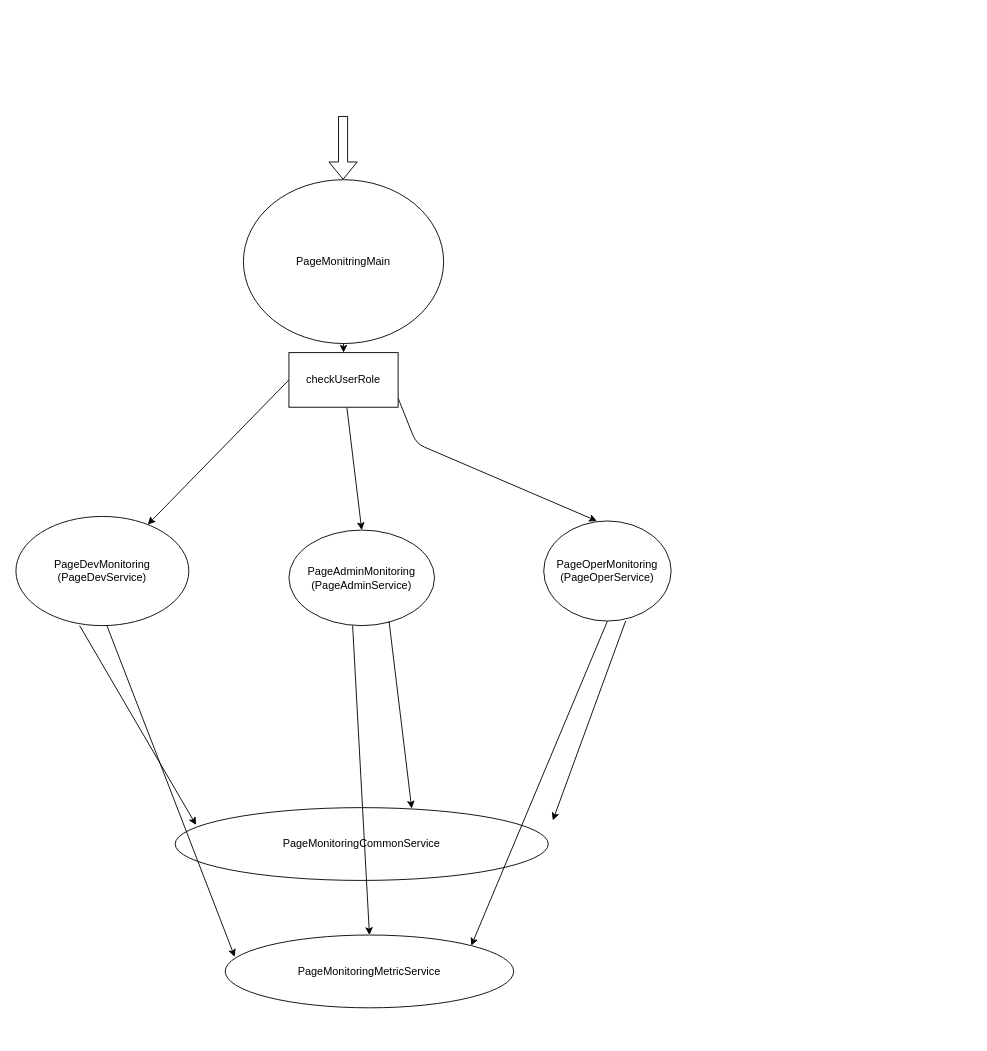
This is Untitled Diagram.drawio from kyungjoongo2/ninja, a draw.io file, before an edit. Source tidied: cells renumbered, new cells numbered last; positions are measured from the earlier drawing's top-left corner, leaving out a move shared by most shapes. Both pictures are drawn from the tidied source at 91%, with x=0, y=0 at pixel (15, 116).
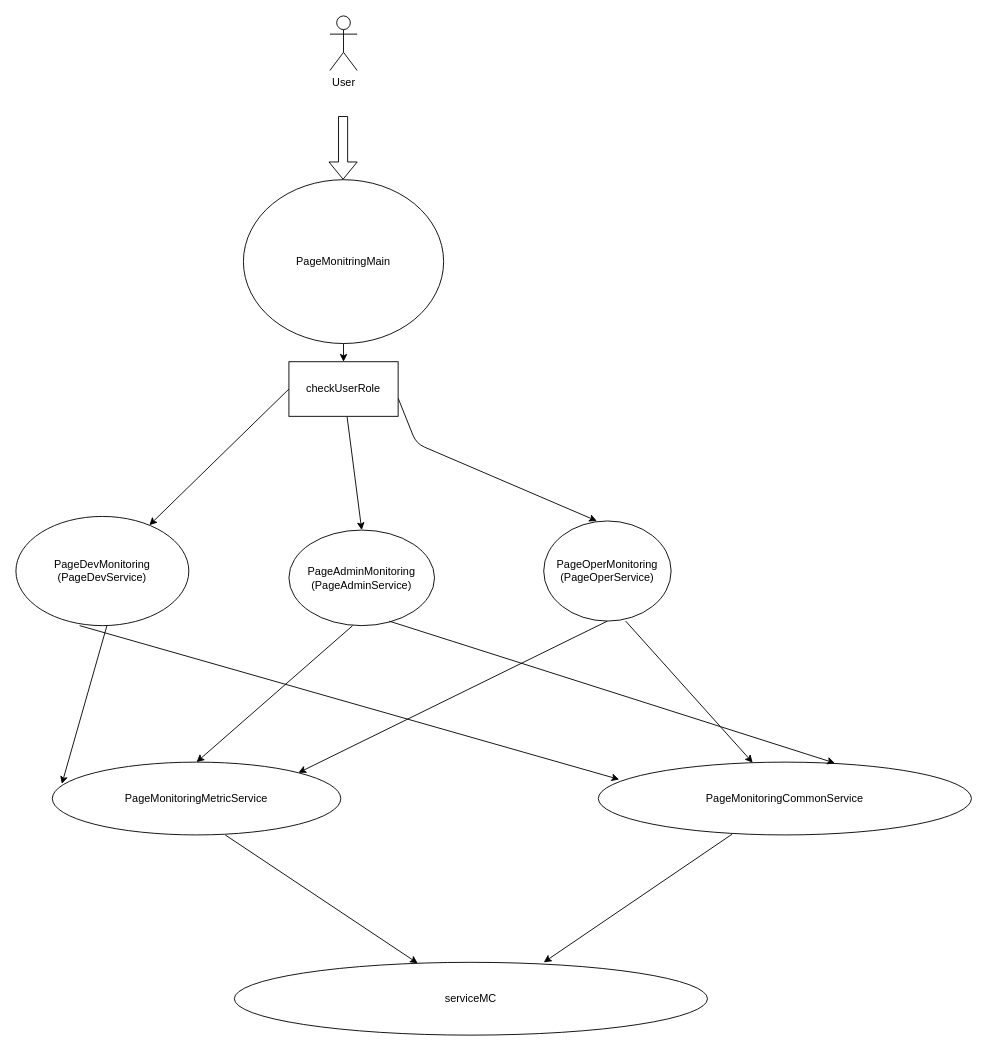
After the change.

Commit message:
monitoring_flow

What changed in the source:
```diff
@@
     <mxCell id="10" value="checkUserRole" style="rounded=0;whiteSpace=wrap;html=1;" parent="1" vertex="1">
-      <mxGeometry x="300" y="260" width="120" height="60" as="geometry" />
+      <mxGeometry x="300" y="270" width="120" height="60" as="geometry" />
     </mxCell>
@@
     <mxCell id="12" value="PageMonitoringMetricService" style="ellipse;whiteSpace=wrap;html=1;" parent="1" vertex="1">
-      <mxGeometry x="230" y="900" width="317" height="80" as="geometry" />
+      <mxGeometry x="40" y="710" width="317" height="80" as="geometry" />
     </mxCell>
     <mxCell id="13" value="PageMonitoringCommonService" style="ellipse;whiteSpace=wrap;html=1;" parent="1" vertex="1">
-      <mxGeometry x="175" y="760" width="410" height="80" as="geometry" />
+      <mxGeometry x="640" y="710" width="410" height="80" as="geometry" />
     </mxCell>
@@
-    <mxCell id="18" style="endArrow=classic;html=1;" parent="1" edge="1">
+    <mxCell id="18" style="endArrow=classic;html=1;" parent="1" edge="1" target="13">
       <mxGeometry relative="1" as="geometry">
         <mxPoint x="670" y="555" as="sourcePoint" />
-        <mxPoint x="590" y="774" as="targetPoint" />
       </mxGeometry>
     </mxCell>
@@
+    <mxCell id="20" value="serviceMC" style="ellipse;whiteSpace=wrap;html=1;" parent="1" vertex="1">
+      <mxGeometry x="240" y="930" width="520" height="80" as="geometry" />
+    </mxCell>
+    <mxCell id="21" style="endArrow=classic;html=1;" parent="1" edge="1" target="20">
+      <mxGeometry relative="1" as="geometry">
+        <mxPoint x="230" y="790" as="sourcePoint" />
+      </mxGeometry>
+    </mxCell>
+    <mxCell id="22" style="endArrow=classic;html=1;" parent="1" edge="1">
+      <mxGeometry relative="1" as="geometry">
+        <mxPoint x="787" y="789.2" as="sourcePoint" />
+        <mxPoint x="580" y="930" as="targetPoint" />
+      </mxGeometry>
+    </mxCell>
+    <mxCell id="23" value="User&lt;br&gt;" style="shape=umlActor;verticalLabelPosition=bottom;labelBackgroundColor=#ffffff;verticalAlign=top;html=1;" parent="1" vertex="1">
+      <mxGeometry x="345" y="-110" width="30" height="60" as="geometry" />
+    </mxCell>
```
